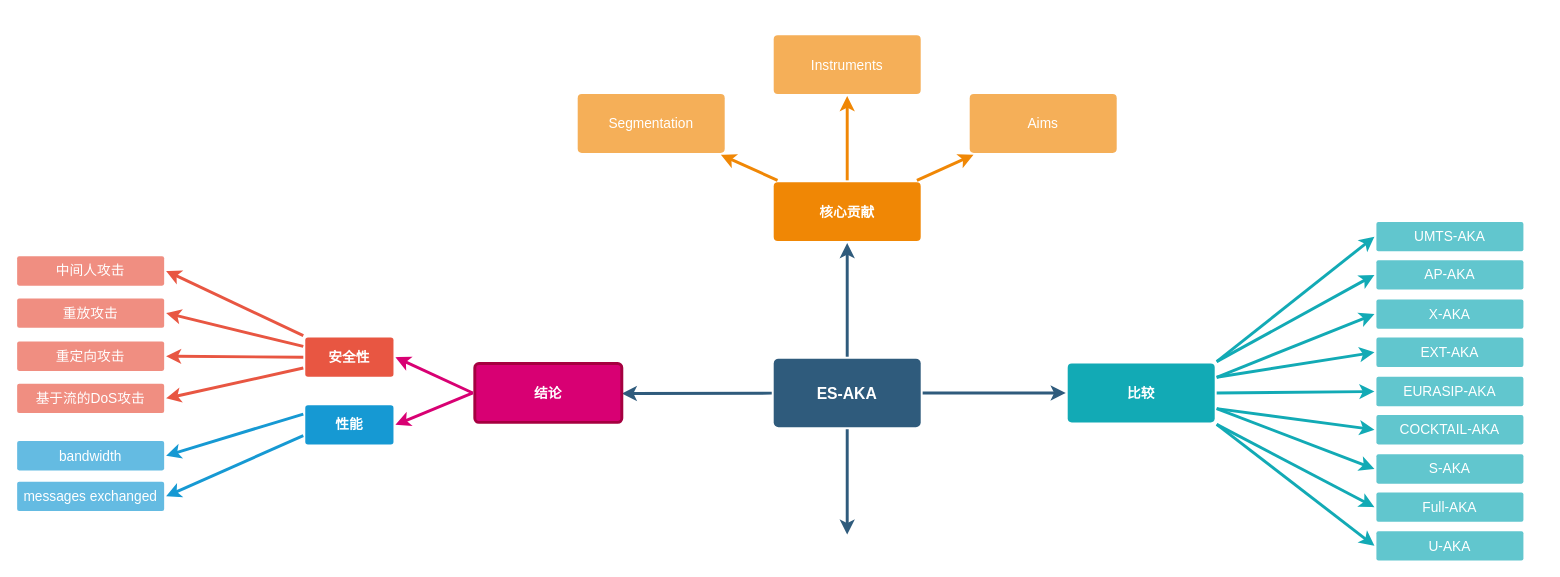
Earlier version of the draw.io diagram ES-AKA.drawio (cld4h/draw.io-documents). Source tidied: cells renumbered, new cells numbered last; positions are measured from the earlier drawing's top-left corner, leaving out a move shared by most shapes. Both pictures are drawn from the tidied source at 98%, with x=0, y=0 at pixel (17, 34).
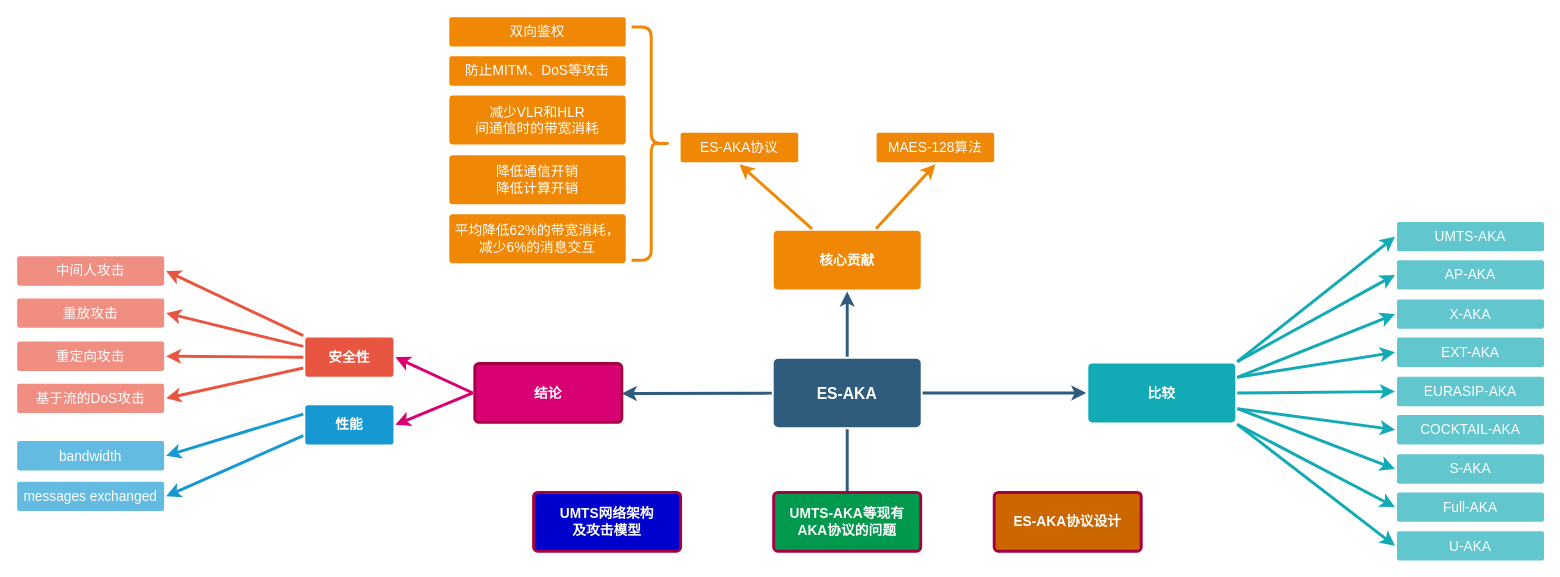
Above is the later version.

Change to the diagram source:
```diff
@@
     <mxCell id="19" value="核心贡献" style="rounded=1;whiteSpace=wrap;html=1;shadow=0;labelBackgroundColor=none;strokeColor=none;strokeWidth=3;fillColor=#F08705;fontFamily=Helvetica;fontSize=14;fontColor=#FFFFFF;align=center;spacing=5;fontStyle=1;arcSize=7;perimeterSpacing=2;" parent="1" vertex="1">
-      <mxGeometry x="772" y="150.5" width="150" height="60" as="geometry" />
+      <mxGeometry x="772" y="200" width="150" height="60" as="geometry" />
     </mxCell>
-    <mxCell id="20" value="Aims&lt;br&gt;" style="rounded=1;whiteSpace=wrap;html=1;shadow=0;labelBackgroundColor=none;strokeColor=none;strokeWidth=3;fillColor=#f5af58;fontFamily=Helvetica;fontSize=14;fontColor=#FFFFFF;align=center;spacing=5;arcSize=7;perimeterSpacing=2;" parent="1" vertex="1">
-      <mxGeometry x="972" y="60.5" width="150" height="60" as="geometry" />
-    </mxCell>
-    <mxCell id="21" style="edgeStyle=none;rounded=0;jumpStyle=none;html=1;shadow=0;labelBackgroundColor=none;startArrow=none;startFill=0;endArrow=classic;endFill=1;jettySize=auto;strokeColor=#F08705;strokeWidth=3;fontFamily=Helvetica;fontSize=14;fontColor=#FFFFFF;spacing=5;" parent="1" edge="1" source="19" target="20">
+    <mxCell id="21" style="edgeStyle=none;rounded=0;jumpStyle=none;html=1;shadow=0;labelBackgroundColor=none;startArrow=none;startFill=0;endArrow=classic;endFill=1;jettySize=auto;strokeColor=#F08705;strokeWidth=3;fontFamily=Helvetica;fontSize=14;fontColor=#FFFFFF;spacing=5;entryX=0.5;entryY=1;entryDx=0;entryDy=0;" parent="1" edge="1" source="19" target="51">
       <mxGeometry relative="1" as="geometry" />
     </mxCell>
-    <mxCell id="22" value="Instruments" style="rounded=1;whiteSpace=wrap;html=1;shadow=0;labelBackgroundColor=none;strokeColor=none;strokeWidth=3;fillColor=#f5af58;fontFamily=Helvetica;fontSize=14;fontColor=#FFFFFF;align=center;spacing=5;arcSize=7;perimeterSpacing=2;" parent="1" vertex="1">
-      <mxGeometry x="772" y="0.5" width="150" height="60" as="geometry" />
-    </mxCell>
-    <mxCell id="23" style="edgeStyle=none;rounded=0;jumpStyle=none;html=1;shadow=0;labelBackgroundColor=none;startArrow=none;startFill=0;endArrow=classic;endFill=1;jettySize=auto;strokeColor=#F08705;strokeWidth=3;fontFamily=Helvetica;fontSize=14;fontColor=#FFFFFF;spacing=5;" parent="1" edge="1" source="19" target="22">
-      <mxGeometry relative="1" as="geometry" />
-    </mxCell>
-    <mxCell id="24" value="Segmentation" style="rounded=1;whiteSpace=wrap;html=1;shadow=0;labelBackgroundColor=none;strokeColor=none;strokeWidth=3;fillColor=#f5af58;fontFamily=Helvetica;fontSize=14;fontColor=#FFFFFF;align=center;spacing=5;arcSize=7;perimeterSpacing=2;" parent="1" vertex="1">
-      <mxGeometry x="572" y="60.5" width="150" height="60" as="geometry" />
-    </mxCell>
-    <mxCell id="25" style="edgeStyle=none;rounded=0;jumpStyle=none;html=1;shadow=0;labelBackgroundColor=none;startArrow=none;startFill=0;endArrow=classic;endFill=1;jettySize=auto;strokeColor=#F08705;strokeWidth=3;fontFamily=Helvetica;fontSize=14;fontColor=#FFFFFF;spacing=5;" parent="1" edge="1" source="19" target="24">
+    <mxCell id="25" style="edgeStyle=none;rounded=0;jumpStyle=none;html=1;shadow=0;labelBackgroundColor=none;startArrow=none;startFill=0;endArrow=classic;endFill=1;jettySize=auto;strokeColor=#F08705;strokeWidth=3;fontFamily=Helvetica;fontSize=14;fontColor=#FFFFFF;spacing=5;entryX=0.5;entryY=1;entryDx=0;entryDy=0;" parent="1" edge="1" source="19" target="50">
       <mxGeometry relative="1" as="geometry" />
     </mxCell>
     <mxCell id="26" value="比较" style="rounded=1;whiteSpace=wrap;html=1;shadow=0;labelBackgroundColor=none;strokeColor=none;strokeWidth=3;fillColor=#12aab5;fontFamily=Helvetica;fontSize=14;fontColor=#FFFFFF;align=center;spacing=5;fontStyle=1;arcSize=7;perimeterSpacing=2;" parent="1" vertex="1">
-      <mxGeometry x="1072" y="335.5" width="150" height="60" as="geometry" />
+      <mxGeometry x="1093" y="335.5" width="150" height="60" as="geometry" />
     </mxCell>
     <mxCell id="27" value="EXT-AKA" style="rounded=1;whiteSpace=wrap;html=1;shadow=0;labelBackgroundColor=none;strokeColor=none;strokeWidth=3;fillColor=#61c6ce;fontFamily=Helvetica;fontSize=14;fontColor=#FFFFFF;align=center;spacing=5;fontStyle=0;arcSize=7;perimeterSpacing=2;" parent="1" vertex="1">
-      <mxGeometry x="1387" y="309" width="150" height="30" as="geometry" />
+      <mxGeometry x="1408" y="309" width="150" height="30" as="geometry" />
     </mxCell>
@@
     <mxCell id="29" value="X-AKA" style="rounded=1;whiteSpace=wrap;html=1;shadow=0;labelBackgroundColor=none;strokeColor=none;strokeWidth=3;fillColor=#61c6ce;fontFamily=Helvetica;fontSize=14;fontColor=#FFFFFF;align=center;spacing=5;fontStyle=0;arcSize=7;perimeterSpacing=2;" parent="1" vertex="1">
-      <mxGeometry x="1387" y="270" width="150" height="30" as="geometry" />
+      <mxGeometry x="1408" y="270" width="150" height="30" as="geometry" />
     </mxCell>
@@
     <mxCell id="31" value="AP-AKA" style="rounded=1;whiteSpace=wrap;html=1;shadow=0;labelBackgroundColor=none;strokeColor=none;strokeWidth=3;fillColor=#61c6ce;fontFamily=Helvetica;fontSize=14;fontColor=#FFFFFF;align=center;spacing=5;fontStyle=0;arcSize=7;perimeterSpacing=2;" parent="1" vertex="1">
-      <mxGeometry x="1387" y="230" width="150" height="30" as="geometry" />
+      <mxGeometry x="1408" y="230" width="150" height="30" as="geometry" />
     </mxCell>
@@
     <mxCell id="33" value="UMTS-AKA" style="rounded=1;whiteSpace=wrap;html=1;shadow=0;labelBackgroundColor=none;strokeColor=none;strokeWidth=3;fillColor=#61c6ce;fontFamily=Helvetica;fontSize=14;fontColor=#FFFFFF;align=center;spacing=5;fontStyle=0;arcSize=7;perimeterSpacing=2;" parent="1" vertex="1">
-      <mxGeometry x="1387" y="191" width="150" height="30" as="geometry" />
+      <mxGeometry x="1408" y="191" width="150" height="30" as="geometry" />
     </mxCell>
@@
     <mxCell id="36" value="EURASIP-AKA" style="rounded=1;whiteSpace=wrap;html=1;shadow=0;labelBackgroundColor=none;strokeColor=none;strokeWidth=3;fillColor=#61c6ce;fontFamily=Helvetica;fontSize=14;fontColor=#FFFFFF;align=center;spacing=5;fontStyle=0;arcSize=7;perimeterSpacing=2;" parent="1" vertex="1">
-      <mxGeometry x="1387" y="349" width="150" height="30" as="geometry" />
+      <mxGeometry x="1408" y="349" width="150" height="30" as="geometry" />
     </mxCell>
     <mxCell id="37" value="COCKTAIL-AKA" style="rounded=1;whiteSpace=wrap;html=1;shadow=0;labelBackgroundColor=none;strokeColor=none;strokeWidth=3;fillColor=#61c6ce;fontFamily=Helvetica;fontSize=14;fontColor=#FFFFFF;align=center;spacing=5;fontStyle=0;arcSize=7;perimeterSpacing=2;" parent="1" vertex="1">
-      <mxGeometry x="1387" y="388" width="150" height="30" as="geometry" />
+      <mxGeometry x="1408" y="388" width="150" height="30" as="geometry" />
     </mxCell>
     <mxCell id="38" value="S-AKA" style="rounded=1;whiteSpace=wrap;html=1;shadow=0;labelBackgroundColor=none;strokeColor=none;strokeWidth=3;fillColor=#61c6ce;fontFamily=Helvetica;fontSize=14;fontColor=#FFFFFF;align=center;spacing=5;fontStyle=0;arcSize=7;perimeterSpacing=2;" parent="1" vertex="1">
-      <mxGeometry x="1387" y="428" width="150" height="30" as="geometry" />
+      <mxGeometry x="1408" y="428" width="150" height="30" as="geometry" />
     </mxCell>
     <mxCell id="39" value="Full-AKA" style="rounded=1;whiteSpace=wrap;html=1;shadow=0;labelBackgroundColor=none;strokeColor=none;strokeWidth=3;fillColor=#61c6ce;fontFamily=Helvetica;fontSize=14;fontColor=#FFFFFF;align=center;spacing=5;fontStyle=0;arcSize=7;perimeterSpacing=2;" parent="1" vertex="1">
-      <mxGeometry x="1387" y="467" width="150" height="30" as="geometry" />
+      <mxGeometry x="1408" y="467" width="150" height="30" as="geometry" />
     </mxCell>
     <mxCell id="40" value="U-AKA" style="rounded=1;whiteSpace=wrap;html=1;shadow=0;labelBackgroundColor=none;strokeColor=none;strokeWidth=3;fillColor=#61c6ce;fontFamily=Helvetica;fontSize=14;fontColor=#FFFFFF;align=center;spacing=5;fontStyle=0;arcSize=7;perimeterSpacing=2;" parent="1" vertex="1">
-      <mxGeometry x="1387" y="506.5" width="150" height="30" as="geometry" />
+      <mxGeometry x="1408" y="506.5" width="150" height="30" as="geometry" />
     </mxCell>
@@
+    <mxCell id="50" value="ES-AKA协议" style="rounded=1;whiteSpace=wrap;html=1;shadow=0;labelBackgroundColor=none;strokeColor=none;strokeWidth=3;fontFamily=Helvetica;fontSize=14;fontColor=#FFFFFF;align=center;spacing=5;fontStyle=0;arcSize=7;perimeterSpacing=2;fillColor=#F08705;" parent="1" vertex="1">
+      <mxGeometry x="677" y="100" width="120" height="30" as="geometry" />
+    </mxCell>
+    <mxCell id="51" value="MAES-128算法" style="rounded=1;whiteSpace=wrap;html=1;shadow=0;labelBackgroundColor=none;strokeColor=none;strokeWidth=3;fontFamily=Helvetica;fontSize=14;fontColor=#FFFFFF;align=center;spacing=5;fontStyle=0;arcSize=7;perimeterSpacing=2;fillColor=#F08705;" parent="1" vertex="1">
+      <mxGeometry x="877" y="100" width="120" height="30" as="geometry" />
+    </mxCell>
+    <mxCell id="52" value="UMTS网络架构&lt;br&gt;及攻击模型" style="rounded=1;whiteSpace=wrap;html=1;shadow=0;labelBackgroundColor=none;strokeColor=#A50040;strokeWidth=3;fontFamily=Helvetica;fontSize=14;fontColor=#ffffff;align=center;spacing=5;fontStyle=1;arcSize=7;perimeterSpacing=2;fillColor=#0000CC;" parent="1" vertex="1">
+      <mxGeometry x="527" y="467" width="150" height="60" as="geometry" />
+    </mxCell>
+    <mxCell id="53" value="UMTS-AKA等现有&lt;br&gt;AKA协议的问题" style="rounded=1;whiteSpace=wrap;html=1;shadow=0;labelBackgroundColor=none;strokeColor=#A50040;strokeWidth=3;fontFamily=Helvetica;fontSize=14;fontColor=#ffffff;align=center;spacing=5;fontStyle=1;arcSize=7;perimeterSpacing=2;fillColor=#00994D;" parent="1" vertex="1">
+      <mxGeometry x="772" y="467" width="150" height="60" as="geometry" />
+    </mxCell>
+    <mxCell id="54" value="ES-AKA协议设计" style="rounded=1;whiteSpace=wrap;html=1;shadow=0;labelBackgroundColor=none;strokeColor=#A50040;strokeWidth=3;fontFamily=Helvetica;fontSize=14;fontColor=#ffffff;align=center;spacing=5;fontStyle=1;arcSize=7;perimeterSpacing=2;fillColor=#CC6600;" parent="1" vertex="1">
+      <mxGeometry x="997" y="467" width="150" height="60" as="geometry" />
+    </mxCell>
+    <mxCell id="55" value="双向鉴权" style="rounded=1;whiteSpace=wrap;html=1;shadow=0;labelBackgroundColor=none;strokeColor=none;strokeWidth=3;fontFamily=Helvetica;fontSize=14;fontColor=#FFFFFF;align=center;spacing=5;fontStyle=0;arcSize=7;perimeterSpacing=2;fillColor=#F08705;" parent="1" vertex="1">
+      <mxGeometry x="441" y="-18" width="180" height="30" as="geometry" />
+    </mxCell>
+    <mxCell id="56" value="防止MITM、DoS等攻击" style="rounded=1;whiteSpace=wrap;html=1;shadow=0;labelBackgroundColor=none;strokeColor=none;strokeWidth=3;fontFamily=Helvetica;fontSize=14;fontColor=#FFFFFF;align=center;spacing=5;fontStyle=0;arcSize=7;perimeterSpacing=2;fillColor=#F08705;" parent="1" vertex="1">
+      <mxGeometry x="441" y="22" width="180" height="30" as="geometry" />
+    </mxCell>
+    <mxCell id="57" value="减少VLR和HLR&lt;br&gt;间通信时的带宽消耗" style="rounded=1;whiteSpace=wrap;html=1;shadow=0;labelBackgroundColor=none;strokeColor=none;strokeWidth=3;fontFamily=Helvetica;fontSize=14;fontColor=#FFFFFF;align=center;spacing=5;fontStyle=0;arcSize=7;perimeterSpacing=2;fillColor=#F08705;" parent="1" vertex="1">
+      <mxGeometry x="441" y="62" width="180" height="50" as="geometry" />
+    </mxCell>
+    <mxCell id="58" value="降低通信开销&lt;br&gt;降低计算开销" style="rounded=1;whiteSpace=wrap;html=1;shadow=0;labelBackgroundColor=none;strokeColor=none;strokeWidth=3;fontFamily=Helvetica;fontSize=14;fontColor=#FFFFFF;align=center;spacing=5;fontStyle=0;arcSize=7;perimeterSpacing=2;fillColor=#F08705;" parent="1" vertex="1">
+      <mxGeometry x="441" y="123" width="180" height="50" as="geometry" />
+    </mxCell>
+    <mxCell id="59" value="平均降低62%的带宽消耗，&lt;br&gt;减少6%的消息交互" style="rounded=1;whiteSpace=wrap;html=1;shadow=0;labelBackgroundColor=none;strokeColor=none;strokeWidth=3;fontFamily=Helvetica;fontSize=14;fontColor=#FFFFFF;align=center;spacing=5;fontStyle=0;arcSize=7;perimeterSpacing=2;fillColor=#F08705;" parent="1" vertex="1">
+      <mxGeometry x="441" y="183" width="180" height="50" as="geometry" />
+    </mxCell>
+    <mxCell id="60" style="shape=curlyBracket;whiteSpace=wrap;html=1;rounded=1;flipH=1;fillColor=#CC6600;strokeWidth=3;strokeColor=#F08705;" parent="1" vertex="1">
+      <mxGeometry x="627" y="-8" width="40" height="238" as="geometry" />
+    </mxCell>
```
